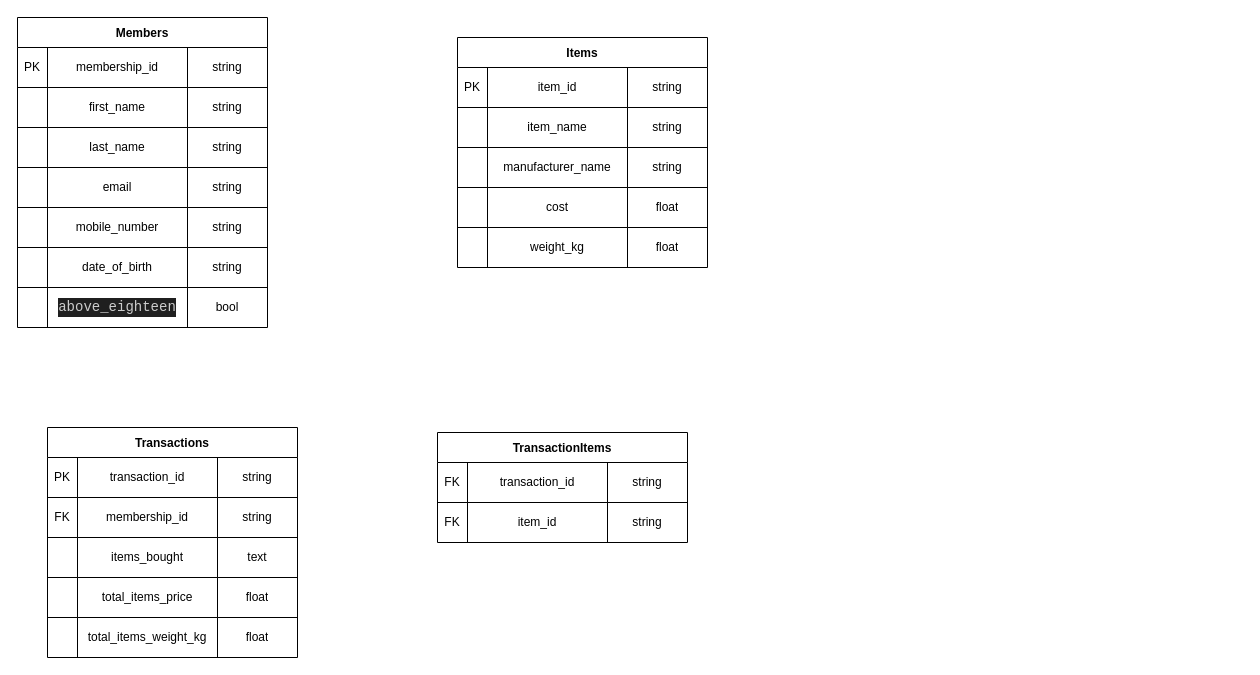
Earlier version of the draw.io diagram part-2-databases/entity-relationship.drawio (nixsterchan/govtech-data-engineer-challenge-2023). Source tidied: cells renumbered, new cells numbered last; positions are measured from the earlier drawing's top-left corner, leaving out a move shared by most shapes. Both pictures are drawn from the tidied source at 100%, with x=0, y=0 at pixel (17, 17).
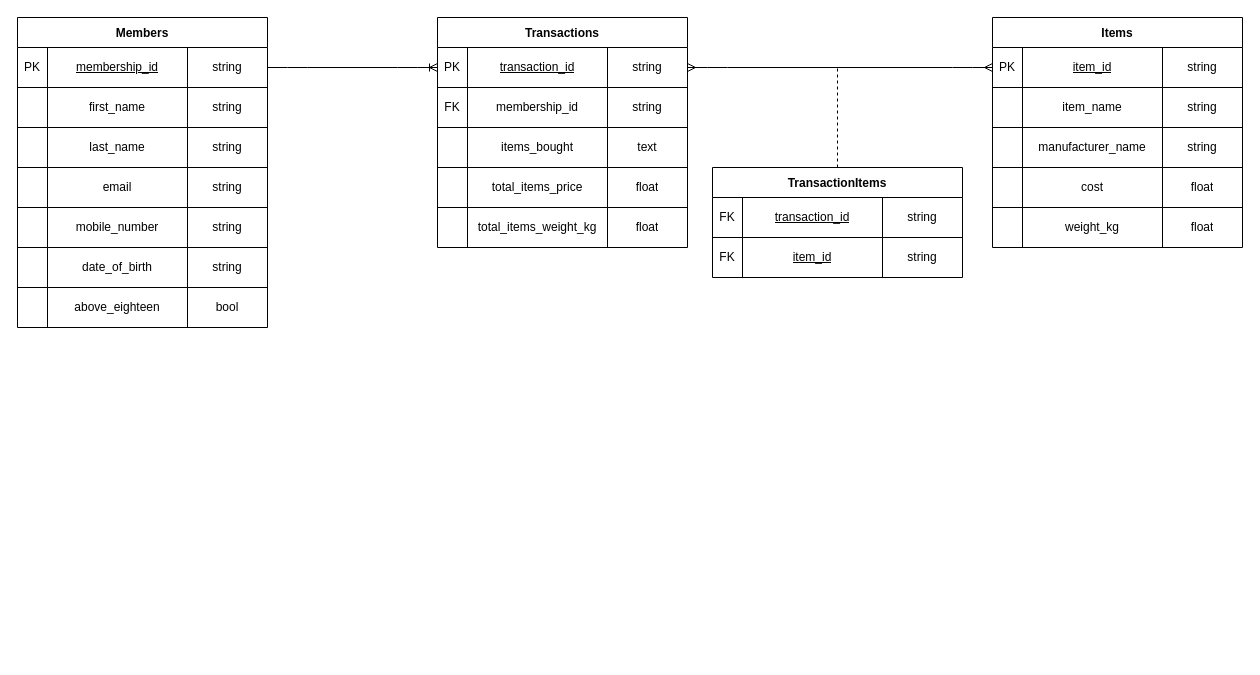
Above is the later version.

Commit message:
Added relationships between tables for part 2 databases.

The change refers to these unchanged cells:
```xml
<mxCell id="3" style="shape=tableRow;horizontal=0;startSize=0;swimlaneHead=0;swimlaneBody=0;top=0;left=0;bottom=0;right=0;fillColor=none;points=[[0,0.5],[1,0.5]];portConstraint=eastwest;" parent="2" vertex="1">
  <mxGeometry y="30" width="250" height="40" as="geometry" />
</mxCell>
<mxCell id="27" style="shape=tableRow;horizontal=0;startSize=0;swimlaneHead=0;swimlaneBody=0;top=0;left=0;bottom=0;right=0;fillColor=none;" parent="2" vertex="1">
  <mxGeometry y="270" width="250" height="40" as="geometry" />
</mxCell>
<mxCell id="32" style="shape=tableRow;horizontal=0;startSize=0;swimlaneHead=0;swimlaneBody=0;top=0;left=0;bottom=0;right=0;fillColor=none;points=[[0,0.5],[1,0.5]];portConstraint=eastwest;" parent="31" vertex="1">
  <mxGeometry y="30" width="250" height="40" as="geometry" />
</mxCell>
<mxCell id="53" style="shape=tableRow;horizontal=0;startSize=0;swimlaneHead=0;swimlaneBody=0;top=0;left=0;bottom=0;right=0;fillColor=none;points=[[0,0.5],[1,0.5]];portConstraint=eastwest;" parent="52" vertex="1">
  <mxGeometry y="30" width="250" height="40" as="geometry" />
</mxCell>
<mxCell id="74" style="shape=tableRow;horizontal=0;startSize=0;swimlaneHead=0;swimlaneBody=0;top=0;left=0;bottom=0;right=0;fillColor=none;" parent="73" vertex="1">
  <mxGeometry y="30" width="250" height="40" as="geometry" />
</mxCell>
<mxCell id="78" style="shape=tableRow;horizontal=0;startSize=0;swimlaneHead=0;swimlaneBody=0;top=0;left=0;bottom=0;right=0;fillColor=none;" parent="73" vertex="1">
  <mxGeometry y="70" width="250" height="40" as="geometry" />
</mxCell>
```

The edit, as a diff of the source:
```diff
@@
-    <mxCell id="5" value="membership_id" style="shape=partialRectangle;html=1;whiteSpace=wrap;fillColor=none;top=0;left=0;bottom=0;right=0;overflow=hidden;" parent="3" vertex="1">
+    <mxCell id="5" value="&lt;u&gt;membership_id&lt;/u&gt;" style="shape=partialRectangle;html=1;whiteSpace=wrap;fillColor=none;top=0;left=0;bottom=0;right=0;overflow=hidden;" parent="3" vertex="1">
       <mxGeometry x="30" width="140" height="40" as="geometry" />
     </mxCell>
@@
-    <mxCell id="29" value="&lt;div style=&quot;color: rgb(204, 204, 204); background-color: rgb(31, 31, 31); font-family: Consolas, &amp;quot;Courier New&amp;quot;, monospace; font-size: 14px; line-height: 19px;&quot;&gt;above_eighteen&lt;/div&gt;" style="shape=partialRectangle;html=1;whiteSpace=wrap;fillColor=none;top=0;left=0;bottom=0;right=0;overflow=hidden;" parent="27" vertex="1">
+    <mxCell id="29" value="above_eighteen" style="shape=partialRectangle;html=1;whiteSpace=wrap;fillColor=none;top=0;left=0;bottom=0;right=0;overflow=hidden;" parent="27" vertex="1">
       <mxGeometry x="30" width="140" height="40" as="geometry" />
     </mxCell>
@@
     <mxCell id="31" value="Items" style="shape=table;startSize=30;childLayout=tableLayout;fontStyle=1;align=center;" parent="1" vertex="1">
-      <mxGeometry x="440" y="20" width="250" height="230" as="geometry" />
+      <mxGeometry x="975" width="250" height="230" as="geometry" />
     </mxCell>
@@
-    <mxCell id="34" value="item_id" style="shape=partialRectangle;html=1;whiteSpace=wrap;fillColor=none;top=0;left=0;bottom=0;right=0;overflow=hidden;" parent="32" vertex="1">
+    <mxCell id="34" value="&lt;u&gt;item_id&lt;/u&gt;" style="shape=partialRectangle;html=1;whiteSpace=wrap;fillColor=none;top=0;left=0;bottom=0;right=0;overflow=hidden;" parent="32" vertex="1">
       <mxGeometry x="30" width="140" height="40" as="geometry" />
     </mxCell>
@@
     <mxCell id="52" value="Transactions" style="shape=table;startSize=30;childLayout=tableLayout;fontStyle=1;align=center;" parent="1" vertex="1">
-      <mxGeometry x="30" y="410" width="250" height="230" as="geometry" />
+      <mxGeometry x="420" width="250" height="230" as="geometry" />
     </mxCell>
@@
-    <mxCell id="55" value="transaction_id" style="shape=partialRectangle;html=1;whiteSpace=wrap;fillColor=none;top=0;left=0;bottom=0;right=0;overflow=hidden;" parent="53" vertex="1">
+    <mxCell id="55" value="&lt;u&gt;transaction_id&lt;/u&gt;" style="shape=partialRectangle;html=1;whiteSpace=wrap;fillColor=none;top=0;left=0;bottom=0;right=0;overflow=hidden;" parent="53" vertex="1">
       <mxGeometry x="30" width="140" height="40" as="geometry" />
     </mxCell>
@@
     <mxCell id="73" value="TransactionItems" style="shape=table;startSize=30;childLayout=tableLayout;fontStyle=1;align=center;" parent="1" vertex="1">
-      <mxGeometry x="420" y="415" width="250" height="110" as="geometry" />
+      <mxGeometry x="695" y="150" width="250" height="110" as="geometry" />
     </mxCell>
@@
-    <mxCell id="76" value="transaction_id" style="shape=partialRectangle;html=1;whiteSpace=wrap;fillColor=none;top=0;left=0;bottom=0;right=0;overflow=hidden;" parent="74" vertex="1">
+    <mxCell id="76" value="&lt;u&gt;transaction_id&lt;/u&gt;" style="shape=partialRectangle;html=1;whiteSpace=wrap;fillColor=none;top=0;left=0;bottom=0;right=0;overflow=hidden;" parent="74" vertex="1">
       <mxGeometry x="30" width="140" height="40" as="geometry" />
     </mxCell>
@@
-    <mxCell id="80" value="item_id" style="shape=partialRectangle;html=1;whiteSpace=wrap;fillColor=none;top=0;left=0;bottom=0;right=0;overflow=hidden;" parent="78" vertex="1">
+    <mxCell id="80" value="&lt;u&gt;item_id&lt;/u&gt;" style="shape=partialRectangle;html=1;whiteSpace=wrap;fillColor=none;top=0;left=0;bottom=0;right=0;overflow=hidden;" parent="78" vertex="1">
       <mxGeometry x="30" width="140" height="40" as="geometry" />
     </mxCell>
@@
+    <mxCell id="82" style="edgeStyle=entityRelationEdgeStyle;fontSize=12;html=1;endArrow=ERoneToMany;exitX=1;exitY=0.5;exitDx=0;exitDy=0;entryX=0;entryY=0.5;entryDx=0;entryDy=0;" parent="1" edge="1" source="3" target="53">
+      <mxGeometry relative="1" as="geometry" />
+    </mxCell>
+    <mxCell id="83" style="edgeStyle=entityRelationEdgeStyle;fontSize=12;html=1;endArrow=ERmany;startArrow=ERmany;exitX=1;exitY=0.5;exitDx=0;exitDy=0;entryX=0;entryY=0.5;entryDx=0;entryDy=0;" parent="1" edge="1" source="53" target="32">
+      <mxGeometry relative="1" as="geometry" />
+    </mxCell>
+    <mxCell id="84" style="endArrow=none;dashed=1;html=1;exitX=0.5;exitY=0;exitDx=0;exitDy=0;" parent="1" edge="1" source="73">
+      <mxGeometry relative="1" as="geometry">
+        <mxPoint x="820" y="50" as="targetPoint" />
+      </mxGeometry>
+    </mxCell>
```
